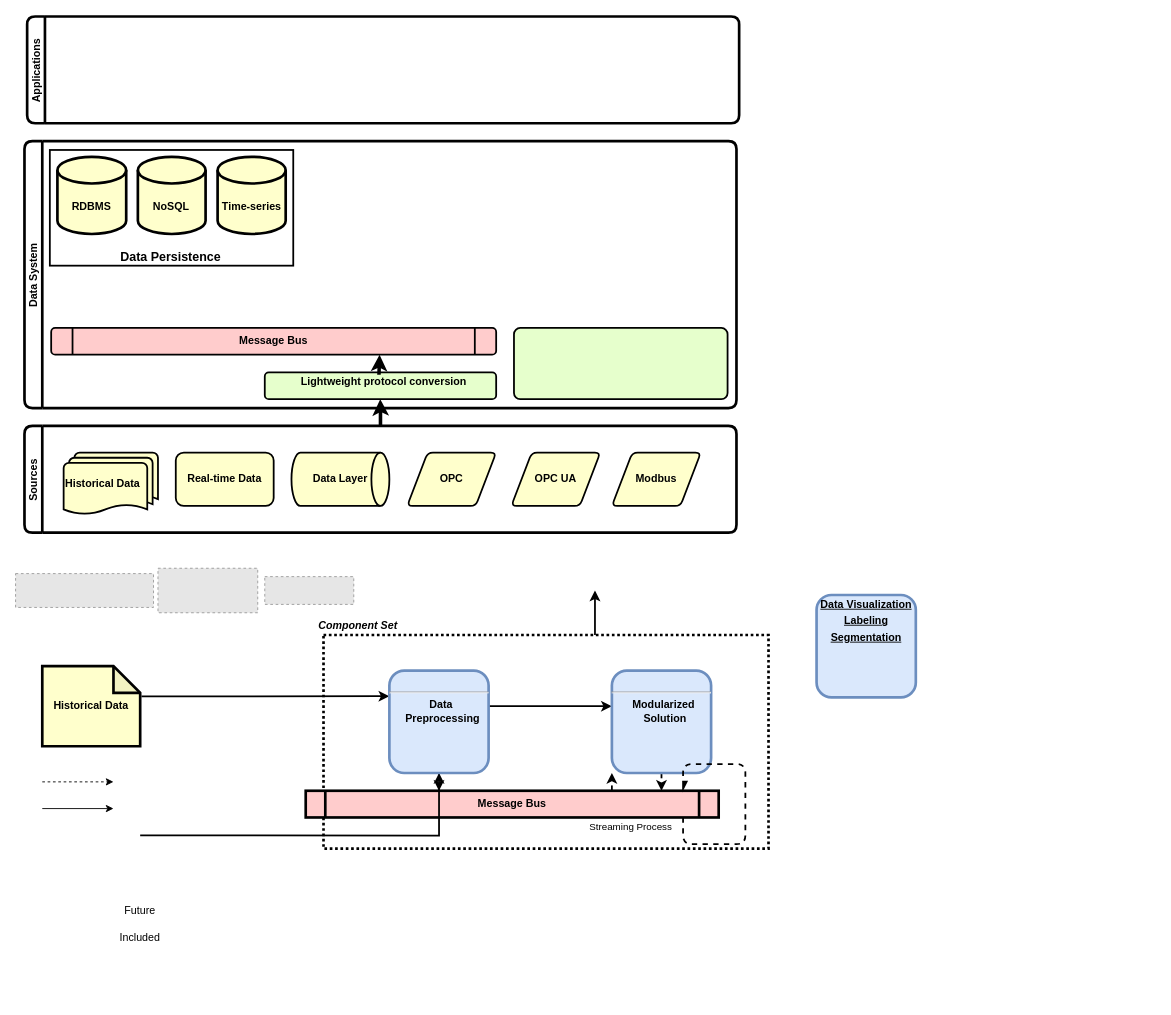
licongchao/Customized-Charts keeps this draw.io diagram as data-flow-simple.drawio. Above is the earlier version. Source tidied: cells renumbered, new cells numbered last; positions are measured from the earlier drawing's top-left corner, leaving out a move shared by most shapes. Both pictures are drawn from the tidied source at 89%, with x=0, y=0 at pixel (15, 16). Pictures stored in the file or linked from it are replaced by grey dashed boxes.
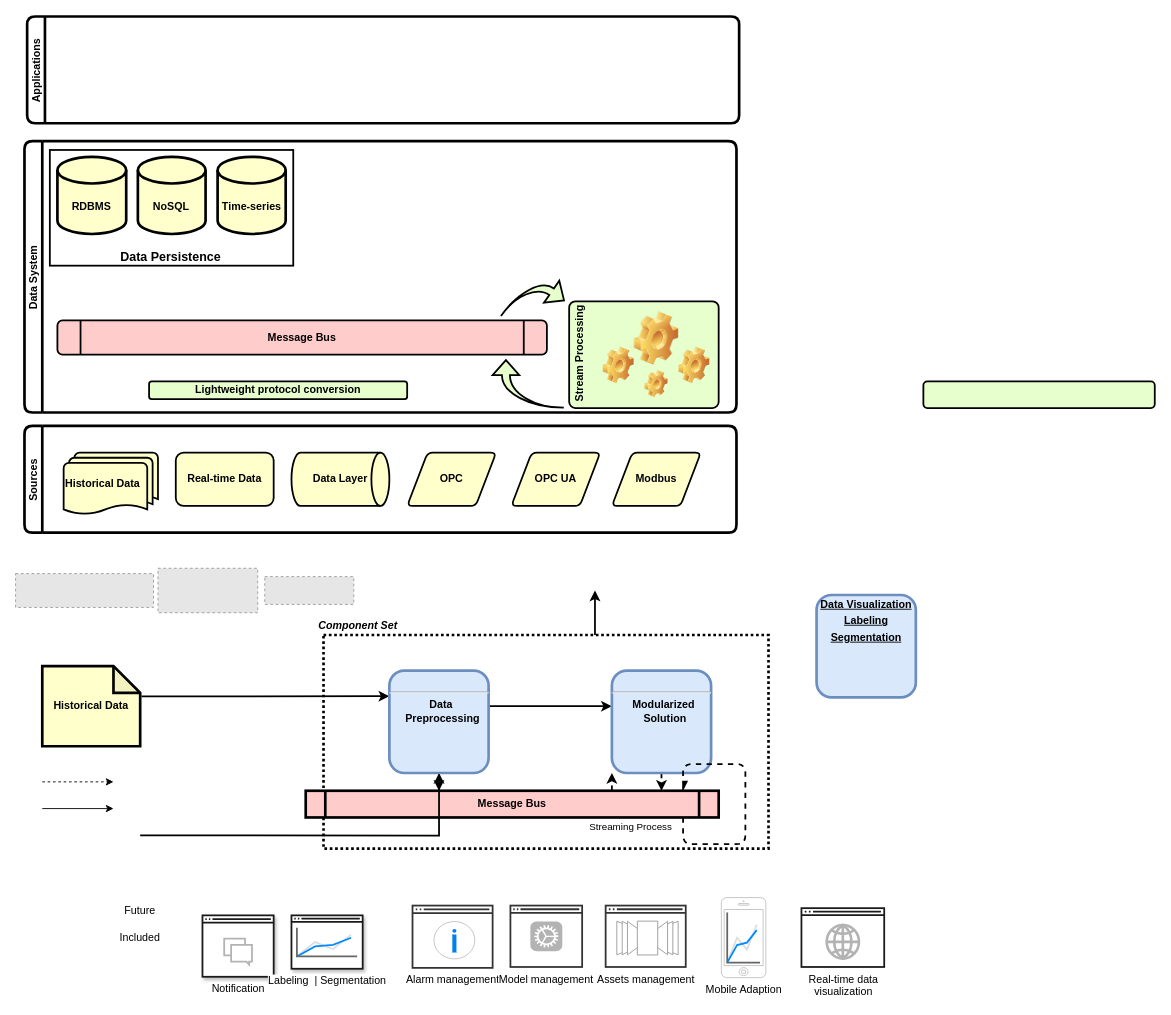
After the change.

Unchanged cells that the change refers to:
```xml
<mxCell id="24" value="Applications" style="swimlane;startSize=20;horizontal=0;rounded=1;strokeWidth=3;" parent="1" vertex="1">
  <mxGeometry x="13" width="800" height="120" as="geometry" />
</mxCell>
<mxCell id="38" value="Sources" style="swimlane;startSize=20;horizontal=0;rounded=1;strokeWidth=3;" parent="1" vertex="1">
  <mxGeometry x="10" y="460" width="800" height="120" as="geometry" />
</mxCell>
```

Change to the diagram source:
```diff
@@
+    <mxCell id="48" style="group;rounded=1;shadow=0;sketch=0;" parent="24" vertex="1">
+      <mxGeometry x="197" y="1010" width="80" height="69" as="geometry" />
+    </mxCell>
+    <mxCell id="49" value="Notification" style="html=1;verticalLabelPosition=bottom;align=center;labelBackgroundColor=#ffffff;verticalAlign=top;strokeWidth=2;shadow=1;dashed=0;shape=mxgraph.ios7.icons.window;rounded=1;gradientColor=#ffffff;strokeColor=#1A1A1A;fillColor=#FFFFFF;" parent="48" vertex="1">
+      <mxGeometry width="80" height="69" as="geometry" />
+    </mxCell>
+    <mxCell id="50" style="html=1;verticalLabelPosition=bottom;align=center;labelBackgroundColor=#ffffff;verticalAlign=top;strokeWidth=2;shadow=0;dashed=0;shape=mxgraph.ios7.icons.messages;rounded=0;fillColor=#FFFFFF;strokeColor=#B3B3B3;" parent="48" vertex="1">
+      <mxGeometry x="24.4" y="26.2" width="31.2" height="29.1" as="geometry" />
+    </mxCell>
+    <mxCell id="51" style="group;" parent="24" vertex="1">
+      <mxGeometry x="433" y="999" width="110" height="79" as="geometry" />
+    </mxCell>
+    <mxCell id="52" value="Alarm management" style="html=1;verticalLabelPosition=bottom;align=center;labelBackgroundColor=#ffffff;verticalAlign=top;strokeWidth=2;shadow=0;dashed=0;shape=mxgraph.ios7.icons.window;rounded=1;gradientColor=#ffffff;strokeColor=#333333;fillColor=#FFFFFF;" parent="51" vertex="1">
+      <mxGeometry width="90" height="70" as="geometry" />
+    </mxCell>
+    <mxCell id="53" style="html=1;verticalLabelPosition=bottom;labelBackgroundColor=#ffffff;verticalAlign=top;shadow=0;dashed=0;strokeWidth=2;shape=mxgraph.ios7.misc.info;rounded=1;gradientColor=#ffffff;strokeColor=#B3B3B3;fillColor=#FFFFFF;" parent="51" vertex="1">
+      <mxGeometry x="24.1" y="17.9" width="45.9" height="42" as="geometry" />
+    </mxCell>
+    <mxCell id="54" style="group;" parent="24" vertex="1">
+      <mxGeometry x="543" y="999" width="80.6" height="69" as="geometry" />
+    </mxCell>
+    <mxCell id="55" value="Model management" style="html=1;verticalLabelPosition=bottom;align=center;labelBackgroundColor=#ffffff;verticalAlign=top;strokeWidth=2;shadow=0;dashed=0;shape=mxgraph.ios7.icons.window;rounded=1;gradientColor=#ffffff;strokeColor=#333333;fillColor=#FFFFFF;" parent="54" vertex="1">
+      <mxGeometry width="80.6" height="69" as="geometry" />
+    </mxCell>
+    <mxCell id="56" style="html=1;strokeWidth=1;shadow=0;dashed=0;shape=mxgraph.ios7.misc.settings;strokeColor=none;buttonText=;strokeColor2=#222222;fontColor=#222222;fontSize=8;verticalLabelPosition=bottom;verticalAlign=top;align=center;rounded=1;fillColor=#B3B3B3;" parent="54" vertex="1">
+      <mxGeometry x="22.4" y="17.9" width="35.9" height="33.3" as="geometry" />
+    </mxCell>
+    <mxCell id="57" style="group;" parent="24" vertex="1">
+      <mxGeometry x="650" y="999" width="90" height="69" as="geometry" />
+    </mxCell>
+    <mxCell id="58" value="Assets management" style="html=1;verticalLabelPosition=bottom;align=center;labelBackgroundColor=#ffffff;verticalAlign=top;strokeWidth=2;shadow=0;dashed=0;shape=mxgraph.ios7.icons.window;rounded=1;gradientColor=#ffffff;strokeColor=#333333;fillColor=#FFFFFF;" parent="57" vertex="1">
+      <mxGeometry width="90" height="69" as="geometry" />
+    </mxCell>
+    <mxCell id="59" style="verticalLabelPosition=bottom;shadow=0;dashed=0;align=center;html=1;verticalAlign=top;strokeWidth=1;shape=mxgraph.mockup.navigation.coverFlow;strokeColor=#999999;rounded=1;gradientColor=#ffffff;fillColor=#FFFFFF;" parent="57" vertex="1">
+      <mxGeometry x="12.2" y="17.3" width="69.4" height="38.4" as="geometry" />
+    </mxCell>
+    <mxCell id="60" style="group;strokeWidth=1;" parent="24" vertex="1">
+      <mxGeometry x="780" y="990" width="50" height="90" as="geometry" />
+    </mxCell>
+    <mxCell id="61" value="Mobile Adaption" style="html=1;verticalLabelPosition=bottom;labelBackgroundColor=#ffffff;verticalAlign=top;shadow=0;dashed=0;strokeWidth=1;shape=mxgraph.ios7.misc.iphone;strokeColor=#c0c0c0;rounded=1;gradientColor=#ffffff;fillColor=#FFFFFF;" parent="60" vertex="1">
+      <mxGeometry width="50" height="90" as="geometry" />
+    </mxCell>
+    <mxCell id="62" style="verticalLabelPosition=bottom;shadow=0;dashed=0;align=center;html=1;verticalAlign=top;strokeWidth=1;shape=mxgraph.mockup.graphics.lineChart;strokeColor=none;strokeColor2=#666666;strokeColor3=#008cff;strokeColor4=#dddddd;rounded=1;gradientColor=#ffffff;fillColor=#FFFFFF;" parent="60" vertex="1">
+      <mxGeometry x="6.6" y="16.9" width="36.9" height="56.2" as="geometry" />
+    </mxCell>
+    <mxCell id="63" style="group;" parent="24" vertex="1">
+      <mxGeometry x="870" y="992.5" width="93" height="75.5" as="geometry" />
+    </mxCell>
+    <mxCell id="64" value="Real-time data &lt;br&gt;visualization" style="html=1;verticalLabelPosition=bottom;align=center;labelBackgroundColor=#ffffff;verticalAlign=top;strokeWidth=2;shadow=0;dashed=0;shape=mxgraph.ios7.icons.window;rounded=1;gradientColor=#ffffff;strokeColor=#1A1A1A;fillColor=#FFFFFF;" parent="63" vertex="1">
+      <mxGeometry y="9.4" width="93" height="66.1" as="geometry" />
+    </mxCell>
+    <mxCell id="65" style="html=1;verticalLabelPosition=bottom;align=center;labelBackgroundColor=#ffffff;verticalAlign=top;strokeWidth=3;shadow=0;dashed=0;shape=mxgraph.ios7.icons.globe;rounded=0;fillColor=#FFFFFF;strokeColor=#B3B3B3;" parent="63" vertex="1">
+      <mxGeometry x="28.4" y="28.3" width="36.2" height="37.8" as="geometry" />
+    </mxCell>
     <mxCell id="25" value="Data System" style="swimlane;startSize=20;horizontal=0;rounded=1;strokeWidth=3;" parent="1" vertex="1">
-      <mxGeometry x="10" y="140" width="800" height="300" as="geometry" />
+      <mxGeometry x="10" y="140" width="800" height="305" as="geometry" />
     </mxCell>
@@
-    <mxCell id="33" value="&lt;p style=&quot;margin: 4px 0px 0px ; text-align: center ; text-decoration: underline ; line-height: 100%&quot;&gt;&lt;/p&gt;&lt;p style=&quot;margin: 0px 0px 0px 8px&quot;&gt;Lightweight&amp;nbsp;&lt;span&gt;protocol&amp;nbsp;&lt;/span&gt;&lt;span&gt;conversion&lt;/span&gt;&lt;/p&gt;" style="verticalAlign=middle;align=center;overflow=fill;fontSize=12;fontFamily=Helvetica;html=1;rounded=1;fontStyle=1;strokeWidth=2;fillColor=#E6FFCC;perimeterSpacing=10;spacingRight=0;spacingBottom=0;spacingTop=3;" parent="25" vertex="1">
-      <mxGeometry x="270" y="260" width="260" height="30" as="geometry" />
-    </mxCell>
+    <mxCell id="66" value="&lt;b&gt;Lightweight&amp;nbsp;protocol&amp;nbsp;conversion&lt;/b&gt;" style="rounded=1;whiteSpace=wrap;html=1;fillColor=#E6FFCC;strokeWidth=2;" parent="25" vertex="1">
+      <mxGeometry x="140" y="270" width="290" height="20" as="geometry" />
+    </mxCell>
+    <mxCell id="67" style="group;" parent="25" vertex="1">
+      <mxGeometry x="420" y="180" width="360" height="135" as="geometry" />
+    </mxCell>
+    <mxCell id="68" style="group;" parent="67" vertex="1">
+      <mxGeometry x="180" width="180" height="120" as="geometry" />
+    </mxCell>
+    <mxCell id="36" value="&lt;div style=&quot;text-align: justify&quot;&gt;&lt;br&gt;&lt;/div&gt;" style="rounded=1;whiteSpace=wrap;html=1;absoluteArcSize=1;arcSize=14;strokeWidth=2;shadow=0;glass=0;sketch=0;gradientColor=none;align=center;fillColor=#E6FFCC;" parent="68" vertex="1">
+      <mxGeometry x="12" width="168" height="120" as="geometry" />
+    </mxCell>
+    <mxCell id="69" value="&lt;font style=&quot;font-size: 12px&quot;&gt;Stream Processing&lt;/font&gt;" style="text;fillColor=none;html=1;fontSize=24;fontStyle=1;verticalAlign=middle;align=left;rotation=-90;rounded=0;" parent="68" vertex="1">
+      <mxGeometry x="-35" y="40" width="110" height="40" as="geometry" />
+    </mxCell>
+    <mxCell id="70" style="group;" parent="68" vertex="1">
+      <mxGeometry x="50" y="11.9" width="119.9" height="96.2" as="geometry" />
+    </mxCell>
+    <mxCell id="71" style="shape=image;html=1;verticalLabelPosition=bottom;verticalAlign=top;imageAspect=0;image=img/clipart/Gear_128x128.png;strokeWidth=2;fillColor=#E6FFCC;" parent="70" vertex="1">
+      <mxGeometry x="35" width="50" height="60" as="geometry" />
+    </mxCell>
+    <mxCell id="72" style="shape=image;html=1;verticalLabelPosition=bottom;verticalAlign=top;imageAspect=1;image=img/clipart/Gear_128x128.png;strokeWidth=2;fillColor=#E6FFCC;" parent="70" vertex="1">
+      <mxGeometry x="85" y="39.5" width="35" height="41" as="geometry" />
+    </mxCell>
+    <mxCell id="73" style="shape=image;html=1;verticalLabelPosition=bottom;verticalAlign=top;imageAspect=1;image=img/clipart/Gear_128x128.png;strokeWidth=2;fillColor=#E6FFCC;" parent="70" vertex="1">
+      <mxGeometry x="47" y="65.8" width="26" height="30.5" as="geometry" />
+    </mxCell>
+    <mxCell id="74" style="shape=image;html=1;verticalLabelPosition=bottom;verticalAlign=top;imageAspect=1;image=img/clipart/Gear_128x128.png;strokeWidth=2;fillColor=#E6FFCC;" parent="70" vertex="1">
+      <mxGeometry y="39.5" width="35" height="41" as="geometry" />
+    </mxCell>
-    <mxCell id="34" value="Message Bus" style="shape=process;whiteSpace=wrap;align=center;verticalAlign=middle;size=0.0475;fontStyle=1;strokeWidth=2;fillColor=#FFCCCC;rounded=1;" parent="25" vertex="1">
-      <mxGeometry x="30" y="210" width="500" height="30" as="geometry" />
+    <mxCell id="34" value="Message Bus" style="shape=process;whiteSpace=wrap;align=center;verticalAlign=middle;size=0.0475;fontStyle=1;strokeWidth=2;fillColor=#FFCCCC;rounded=1;" parent="67" vertex="1">
+      <mxGeometry x="-383" y="21.4" width="550" height="38.6" as="geometry" />
     </mxCell>
-    <mxCell id="35" style="edgeStyle=orthogonalEdgeStyle;rounded=0;jettySize=auto;html=1;strokeWidth=4;jumpSize=2;exitX=0.494;exitY=0.25;exitDx=0;exitDy=0;exitPerimeter=0;" parent="25" edge="1" source="33">
-      <mxGeometry relative="1" as="geometry">
-        <mxPoint x="399" y="240" as="targetPoint" />
-      </mxGeometry>
-    </mxCell>
-    <mxCell id="36" style="rounded=1;whiteSpace=wrap;html=1;absoluteArcSize=1;arcSize=14;strokeWidth=2;shadow=0;glass=0;sketch=0;gradientColor=none;align=right;fillColor=#E6FFCC;" parent="25" vertex="1">
-      <mxGeometry x="550" y="210" width="240" height="80" as="geometry" />
-    </mxCell>
-    <mxCell id="37" style="edgeStyle=orthogonalEdgeStyle;rounded=0;jettySize=auto;html=1;entryX=0.499;entryY=0.8;entryDx=0;entryDy=0;entryPerimeter=0;strokeWidth=4;" parent="1" edge="1" source="38" target="33">
-      <mxGeometry relative="1" as="geometry" />
-    </mxCell>
+    <mxCell id="75" style="html=1;shadow=0;dashed=0;align=center;verticalAlign=middle;shape=mxgraph.arrows2.jumpInArrow;dy=4.5;dx=17;arrowHead=30;rounded=0;strokeColor=#000000;strokeWidth=2;fillColor=#E6FFCC;rotation=-90;" parent="67" vertex="1">
+      <mxGeometry x="119.2" y="52.8" width="53.5" height="80" as="geometry" />
+    </mxCell>
+    <mxCell id="76" style="html=1;shadow=0;dashed=0;align=center;verticalAlign=middle;shape=mxgraph.arrows2.jumpInArrow;dy=4.5;dx=17;arrowHead=30;rounded=0;strokeColor=#000000;strokeWidth=2;fillColor=#E6FFCC;rotation=35;" parent="25" vertex="1">
+      <mxGeometry x="551.1" y="146.6" width="48" height="70" as="geometry" />
+    </mxCell>
@@
+    <mxCell id="33" value="&lt;p style=&quot;margin: 4px 0px 0px ; text-align: center ; text-decoration: underline ; line-height: 100%&quot;&gt;&lt;/p&gt;&lt;p style=&quot;margin: 0px 0px 0px 8px&quot;&gt;&lt;br&gt;&lt;/p&gt;" style="verticalAlign=middle;align=center;overflow=fill;fontSize=12;fontFamily=Helvetica;html=1;rounded=1;fontStyle=1;strokeWidth=2;fillColor=#E6FFCC;perimeterSpacing=10;spacingRight=0;spacingBottom=0;spacingTop=3;" parent="1" vertex="1">
+      <mxGeometry x="1020" y="410" width="260" height="30" as="geometry" />
+    </mxCell>
+    <mxCell id="77" style="group;rounded=1;shadow=0;sketch=0;" parent="1" vertex="1">
+      <mxGeometry x="310" y="1010" width="80" height="60" as="geometry" />
+    </mxCell>
+    <mxCell id="78" value="Labeling&amp;nbsp; | Segmentation" style="html=1;verticalLabelPosition=bottom;align=center;labelBackgroundColor=#ffffff;verticalAlign=top;strokeWidth=2;shadow=1;dashed=0;shape=mxgraph.ios7.icons.window;rounded=1;gradientColor=#ffffff;strokeColor=#1A1A1A;" parent="77" vertex="1">
+      <mxGeometry width="80" height="60" as="geometry" />
+    </mxCell>
+    <mxCell id="79" style="verticalLabelPosition=bottom;shadow=0;dashed=0;align=center;html=1;verticalAlign=top;strokeWidth=1;shape=mxgraph.mockup.graphics.lineChart;strokeColor=none;strokeColor2=#666666;strokeColor3=#008cff;strokeColor4=#dddddd;rounded=1;gradientColor=#ffffff;" parent="77" vertex="1">
+      <mxGeometry x="6.1" y="13.8" width="67.7" height="32.4" as="geometry" />
+    </mxCell>
```
